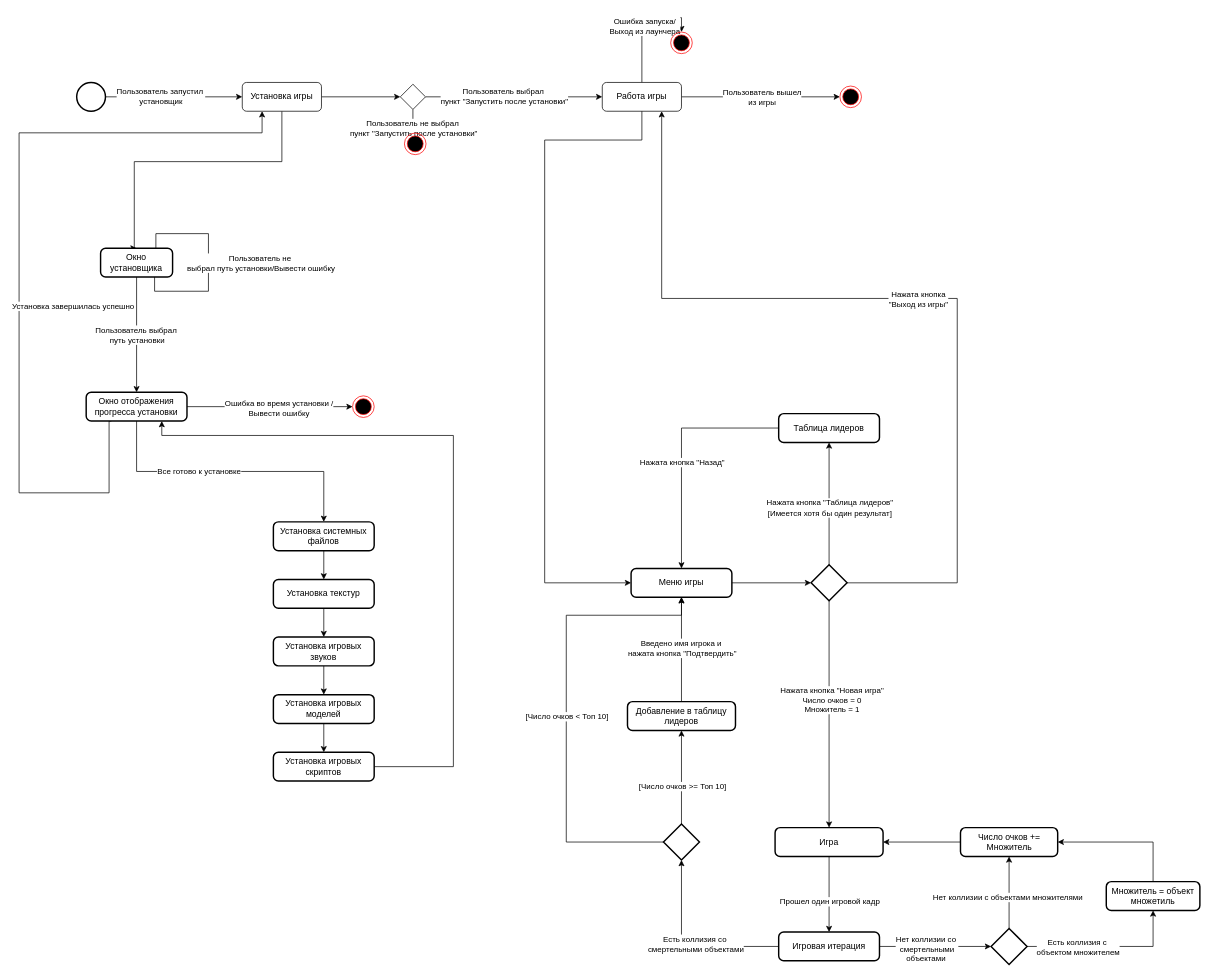
Above: lab3.drawio in duahifnv/SystemsArchitecture (draw.io), before the change. Source tidied: cells renumbered, new cells numbered last; positions are measured from the earlier drawing's top-left corner, leaving out a move shared by most shapes. Both pictures are drawn from the tidied source at 72%, with x=0, y=0 at pixel (19, 32).
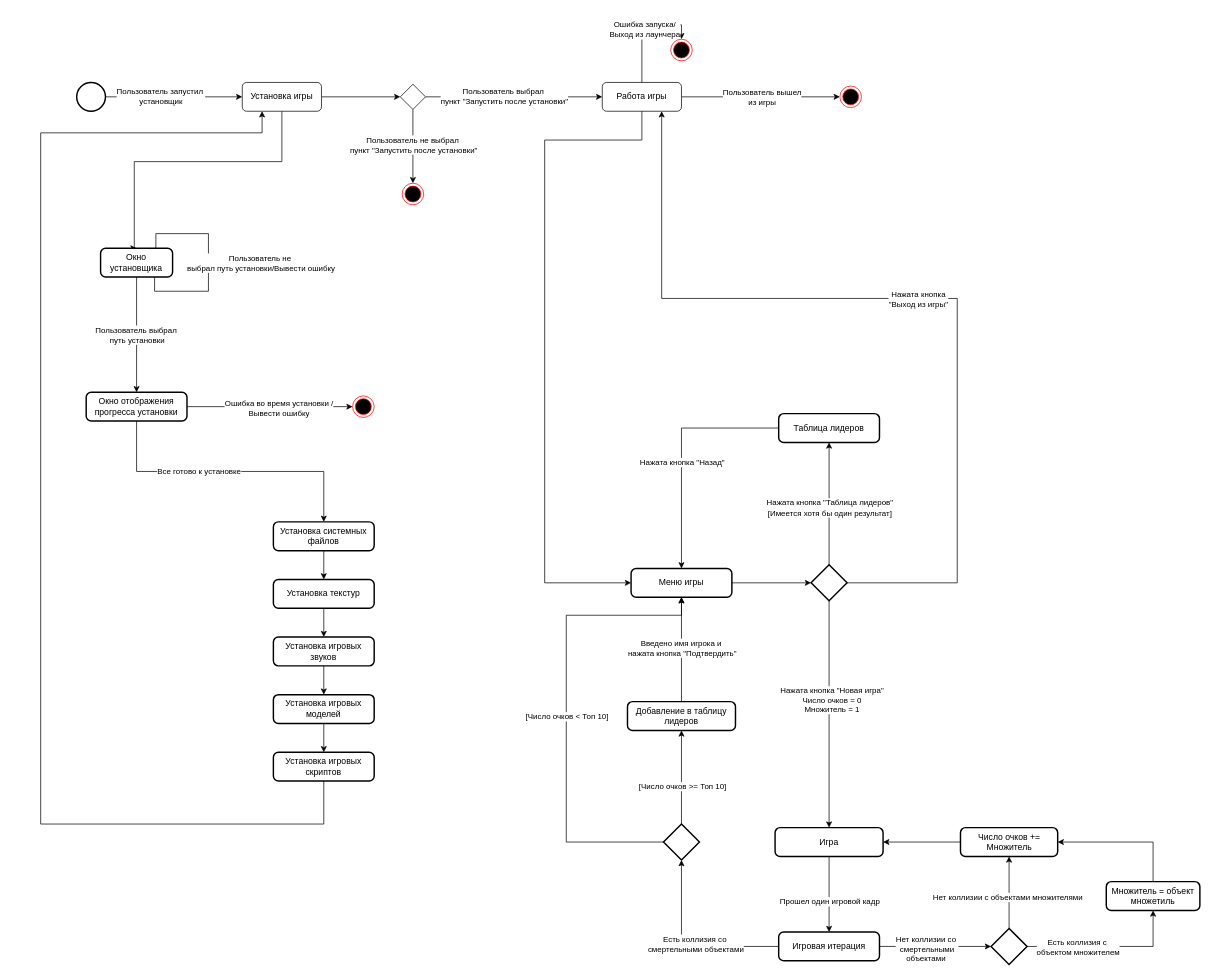
After the change.

The change refers to these unchanged cells:
```xml
<mxCell id="44" value="Установка игры" style="rounded=1;whiteSpace=wrap;html=1;" parent="1" vertex="1">
  <mxGeometry x="310" y="70" width="110" height="40" as="geometry" />
</mxCell>
<mxCell id="71" value="Окно отображения прогресса установки" style="rounded=1;whiteSpace=wrap;html=1;absoluteArcSize=1;arcSize=14;strokeWidth=2;" parent="1" vertex="1">
  <mxGeometry x="93.2" y="500.3" width="140" height="40" as="geometry" />
</mxCell>
<mxCell id="82" value="Установка игровых скриптов" style="rounded=1;whiteSpace=wrap;html=1;absoluteArcSize=1;arcSize=14;strokeWidth=2;" parent="1" vertex="1">
  <mxGeometry x="353.2" y="1000.3" width="140" height="40" as="geometry" />
</mxCell>
```

What changed in the source:
```diff
@@
     <mxCell id="51" style="ellipse;html=1;shape=endState;fillColor=#000000;strokeColor=#ff0000;" parent="1" vertex="1">
-      <mxGeometry x="535.2" y="140.3" width="30" height="30" as="geometry" />
+      <mxGeometry x="532" y="210" width="30" height="30" as="geometry" />
     </mxCell>
@@
     <mxCell id="57" style="ellipse;html=1;shape=endState;fillColor=#000000;strokeColor=#ff0000;" parent="1" vertex="1">
-      <mxGeometry x="905" width="30" height="30" as="geometry" />
+      <mxGeometry x="905" y="10" width="30" height="30" as="geometry" />
     </mxCell>
@@
-    <mxCell id="69" style="edgeStyle=orthogonalEdgeStyle;rounded=0;jettySize=auto;html=1;exitX=0.25;exitY=1;exitDx=0;exitDy=0;entryX=0.25;entryY=1;entryDx=0;entryDy=0;" parent="1" edge="1" source="71" target="44">
-      <mxGeometry relative="1" as="geometry">
-        <Array as="points">
-          <mxPoint x="125" y="640" />
-          <mxPoint y="640" />
-          <mxPoint y="140" />
-          <mxPoint x="338" y="140" />
-        </Array>
-      </mxGeometry>
-    </mxCell>
-    <mxCell id="70" value="Установка завершилась успешно" style="edgeLabel;html=1;align=center;verticalAlign=middle;" parent="69" vertex="1">
-      <mxGeometry x="-0.8" relative="1" as="geometry">
-        <mxPoint x="-43" y="-260" as="offset" />
-      </mxGeometry>
-    </mxCell>
@@
-    <mxCell id="81" style="edgeStyle=orthogonalEdgeStyle;rounded=0;jettySize=auto;html=1;entryX=0.75;entryY=1;entryDx=0;entryDy=0;" parent="1" edge="1" source="82" target="71">
-      <mxGeometry relative="1" as="geometry">
-        <Array as="points">
-          <mxPoint x="603.2" y="1020.3" />
-          <mxPoint x="603.2" y="560.3" />
-          <mxPoint x="198.2" y="560.3" />
-        </Array>
-      </mxGeometry>
-    </mxCell>
+    <mxCell id="83" style="edgeStyle=orthogonalEdgeStyle;rounded=0;jettySize=auto;html=1;entryX=0.25;entryY=1;entryDx=0;entryDy=0;" parent="1" edge="1" source="82" target="44">
+      <mxGeometry relative="1" as="geometry">
+        <Array as="points">
+          <mxPoint x="423" y="1100" />
+          <mxPoint x="30" y="1100" />
+          <mxPoint x="30" y="140" />
+          <mxPoint x="338" y="140" />
+        </Array>
+      </mxGeometry>
+    </mxCell>
```
